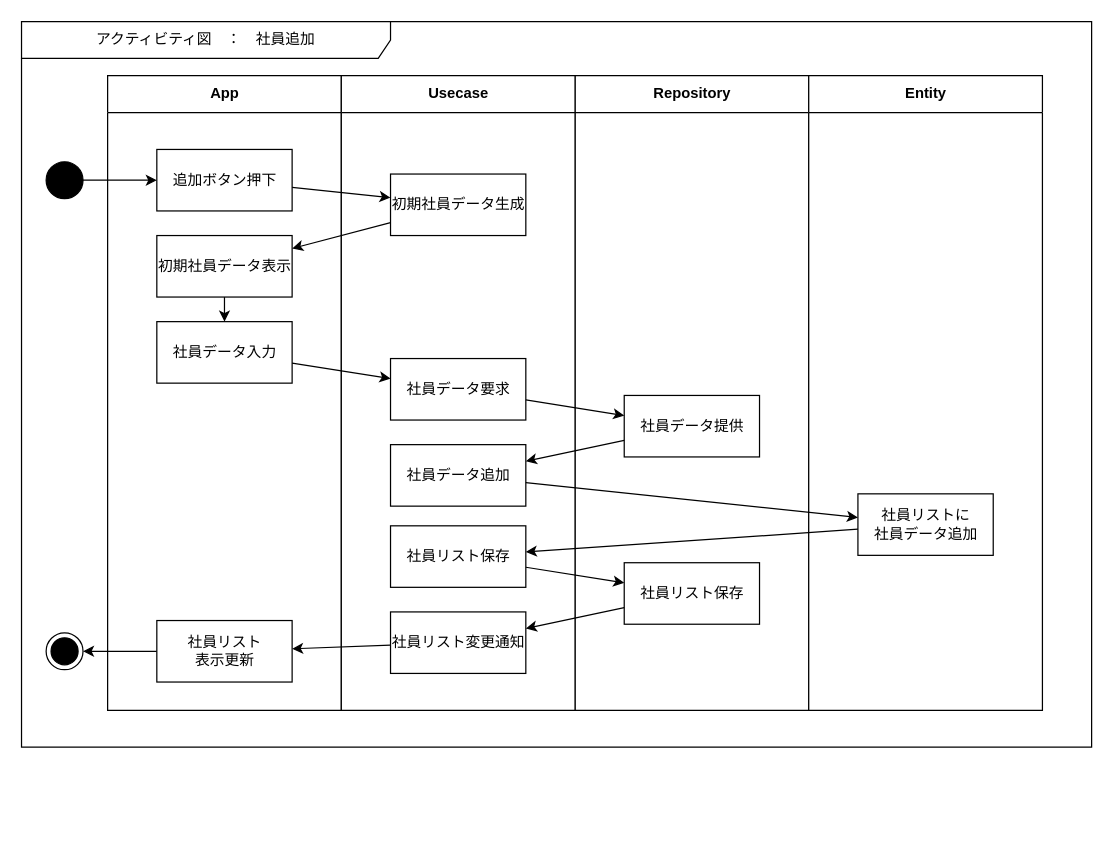
Earlier version of the draw.io diagram page "社員追加" (2 of 7) of Designs/アクティビティ/アクティビティ図.drawio (bosssanovar/LightMvvmSample). Source tidied: cells renumbered, new cells numbered last; positions are measured from the earlier drawing's top-left corner, leaving out a move shared by most shapes. Both pictures are drawn from the tidied source at 123%, with x=0, y=0 at pixel (21, 21).
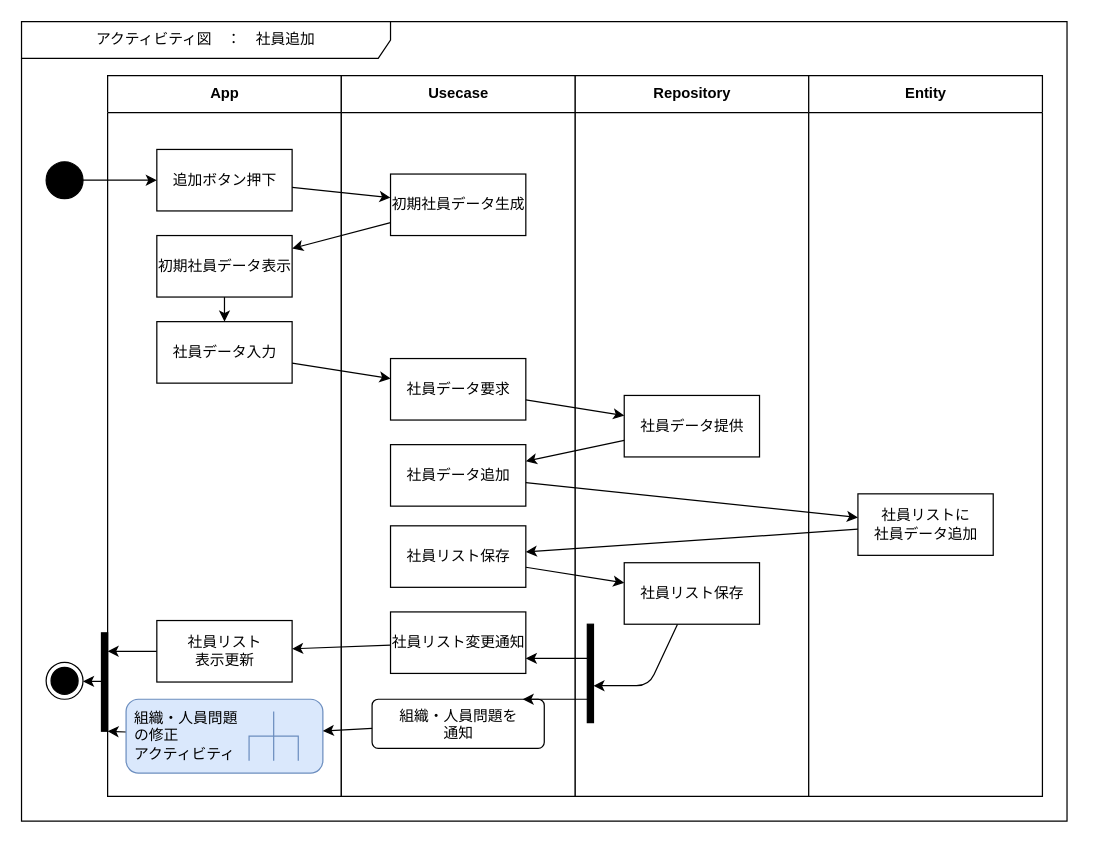
The same diagram, later.

Commit message (it also covers changes not shown here):
社員追加アクティビティに組織人員問題対応を追加

The change refers to these unchanged cells:
```xml
<mxCell id="5" value="社員リスト保存" style="html=1;" parent="3" vertex="1">
  <mxGeometry x="40" y="396" width="110" height="50" as="geometry" />
</mxCell>
<mxCell id="18" value="社員リスト変更通知" style="html=1;" parent="13" vertex="1">
  <mxGeometry x="40" y="436" width="110" height="50" as="geometry" />
</mxCell>
<mxCell id="28" value="社員リスト&lt;br&gt;表示更新" style="html=1;" parent="1" vertex="1">
  <mxGeometry x="110" y="487" width="110" height="50" as="geometry" />
</mxCell>
```

What changed in the source:
```diff
@@
     <mxCell id="2" value="アクティビティ図　：　社員追加" style="shape=umlFrame;whiteSpace=wrap;html=1;swimlaneFillColor=#FFFFFF;width=300;height=30;" parent="1" vertex="1">
-      <mxGeometry width="870" height="590" as="geometry" />
+      <mxGeometry width="850" height="650" as="geometry" />
     </mxCell>
     <mxCell id="3" value="Repository" style="swimlane;fontStyle=1;align=center;horizontal=1;startSize=30;html=1;swimlaneFillColor=#FFFFFF;" parent="1" vertex="1">
-      <mxGeometry x="450" y="44" width="190" height="516" as="geometry" />
+      <mxGeometry x="450" y="44" width="190" height="586" as="geometry" />
     </mxCell>
@@
+    <mxCell id="34" style="edgeStyle=none;html=1;" parent="3" edge="1" source="5" target="35">
+      <mxGeometry relative="1" as="geometry">
+        <Array as="points">
+          <mxPoint x="60" y="496" />
+        </Array>
+      </mxGeometry>
+    </mxCell>
@@
+    <mxCell id="35" style="html=1;points=[];perimeter=orthogonalPerimeter;fillColor=strokeColor;" parent="3" vertex="1">
+      <mxGeometry x="10" y="446" width="5" height="80" as="geometry" />
+    </mxCell>
     <mxCell id="6" value="Entity" style="swimlane;fontStyle=1;align=center;horizontal=1;startSize=30;html=1;swimlaneFillColor=#FFFFFF;" parent="1" vertex="1">
-      <mxGeometry x="640" y="44" width="190" height="516" as="geometry" />
+      <mxGeometry x="640" y="44" width="190" height="586" as="geometry" />
     </mxCell>
@@
     <mxCell id="8" value="App" style="swimlane;fontStyle=1;align=center;horizontal=1;startSize=30;html=1;swimlaneFillColor=#FFFFFF;" parent="1" vertex="1">
-      <mxGeometry x="70" y="44" width="190" height="516" as="geometry" />
+      <mxGeometry x="70" y="44" width="190" height="586" as="geometry" />
     </mxCell>
@@
     <mxCell id="13" value="Usecase" style="swimlane;fontStyle=1;align=center;horizontal=1;startSize=30;html=1;swimlaneFillColor=#FFFFFF;" parent="1" vertex="1">
-      <mxGeometry x="260" y="44" width="190" height="516" as="geometry" />
+      <mxGeometry x="260" y="44" width="190" height="586" as="geometry" />
     </mxCell>
@@
-    <mxCell id="27" style="edgeStyle=none;html=1;" parent="1" edge="1" source="28" target="32">
-      <mxGeometry relative="1" as="geometry" />
-    </mxCell>
+    <mxCell id="36" style="edgeStyle=none;html=1;" parent="1" edge="1" source="28" target="44">
+      <mxGeometry relative="1" as="geometry" />
+    </mxCell>
@@
-    <mxCell id="30" style="edgeStyle=none;html=1;" parent="1" edge="1" source="5" target="18">
-      <mxGeometry relative="1" as="geometry" />
-    </mxCell>
@@
     <mxCell id="32" style="ellipse;html=1;shape=endState;fillColor=strokeColor;" parent="1" vertex="1">
-      <mxGeometry x="20" y="497" width="30" height="30" as="geometry" />
+      <mxGeometry x="20" y="521" width="30" height="30" as="geometry" />
     </mxCell>
@@
+    <mxCell id="37" style="edgeStyle=none;html=1;" parent="1" edge="1" source="38" target="44">
+      <mxGeometry relative="1" as="geometry" />
+    </mxCell>
+    <mxCell id="38" value="組織・人員問題&lt;br&gt;の修正&lt;br&gt;アクティビティ" style="shape=mxgraph.uml25.behaviorAction;html=1;rounded=1;absoluteArcSize=1;arcSize=10;align=left;spacingLeft=5;fillColor=#dae8fc;strokeColor=#6c8ebf;" parent="1" vertex="1">
+      <mxGeometry x="85" y="551" width="160" height="60" as="geometry" />
+    </mxCell>
+    <mxCell id="39" value="組織・人員問題を&lt;br&gt;通知" style="html=1;align=center;verticalAlign=top;rounded=1;absoluteArcSize=1;arcSize=10;dashed=0;" parent="1" vertex="1">
+      <mxGeometry x="285" y="551" width="140" height="40" as="geometry" />
+    </mxCell>
+    <mxCell id="40" style="edgeStyle=none;html=1;" parent="1" edge="1" source="39" target="38">
+      <mxGeometry relative="1" as="geometry" />
+    </mxCell>
+    <mxCell id="41" style="edgeStyle=none;html=1;" parent="1" edge="1" source="35" target="18">
+      <mxGeometry relative="1" as="geometry" />
+    </mxCell>
+    <mxCell id="42" style="edgeStyle=none;html=1;" parent="1" edge="1" source="35" target="39">
+      <mxGeometry relative="1" as="geometry" />
+    </mxCell>
+    <mxCell id="43" style="edgeStyle=none;html=1;" parent="1" edge="1" source="44" target="32">
+      <mxGeometry relative="1" as="geometry" />
+    </mxCell>
+    <mxCell id="44" style="html=1;points=[];perimeter=orthogonalPerimeter;fillColor=strokeColor;" parent="1" vertex="1">
+      <mxGeometry x="65" y="497" width="5" height="80" as="geometry" />
+    </mxCell>
```
